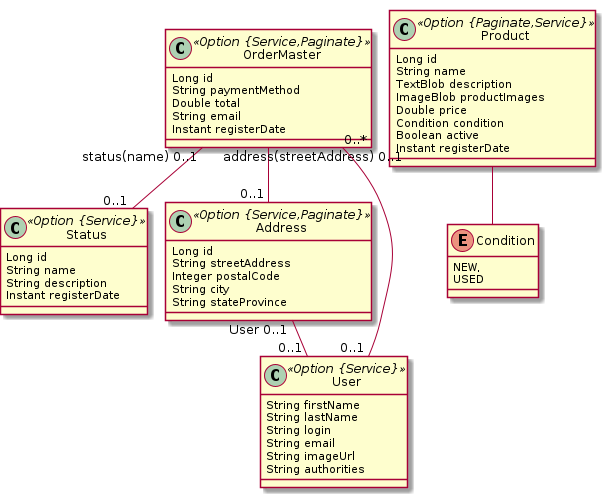
This is 2-ordersystem-monolithic-enterprise/docs/ordersystem-jdl.png from tomj0101/distributed-system, a PlantUML export, as it was before one commit.
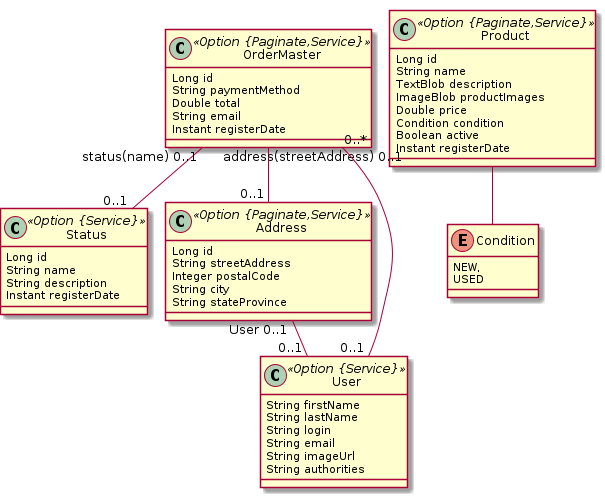
Above is the later version.

The edit, as a diff of the source:
```diff
@@ -7,7 +7,7 @@
 		String description
 		Instant registerDate
 	}
-	class Address <<Option {Service,Paginate}>> {
+	class Address <<Option {Paginate,Service}>> {
 		Long id
 		String streetAddress
 		Integer postalCode
@@ -25,7 +25,7 @@
 		Instant registerDate
 	}
 	Product ..> Condition
-	class OrderMaster <<Option {Service,Paginate}>> {
+	class OrderMaster <<Option {Paginate,Service}>> {
 		Long id
 		String paymentMethod
 		Double total
```
